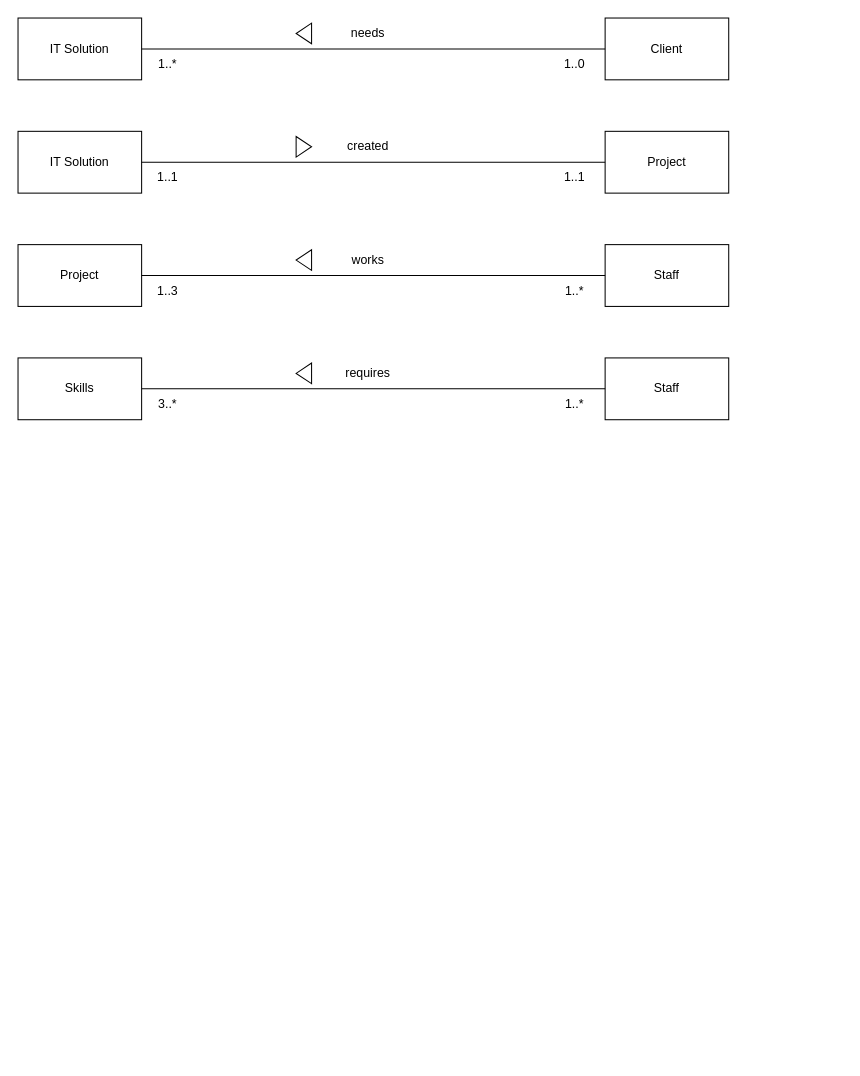
This is tutorial-week02-tut.drawio from Rumeasiyan/database-systems-IIT-Sri-Lanka, a draw.io file, before an edit. Source tidied: cells renumbered, new cells numbered last; positions are measured from the earlier drawing's top-left corner, leaving out a move shared by most shapes. Both pictures are drawn from the tidied source at 103%, with x=0, y=0 at pixel (18, 18).
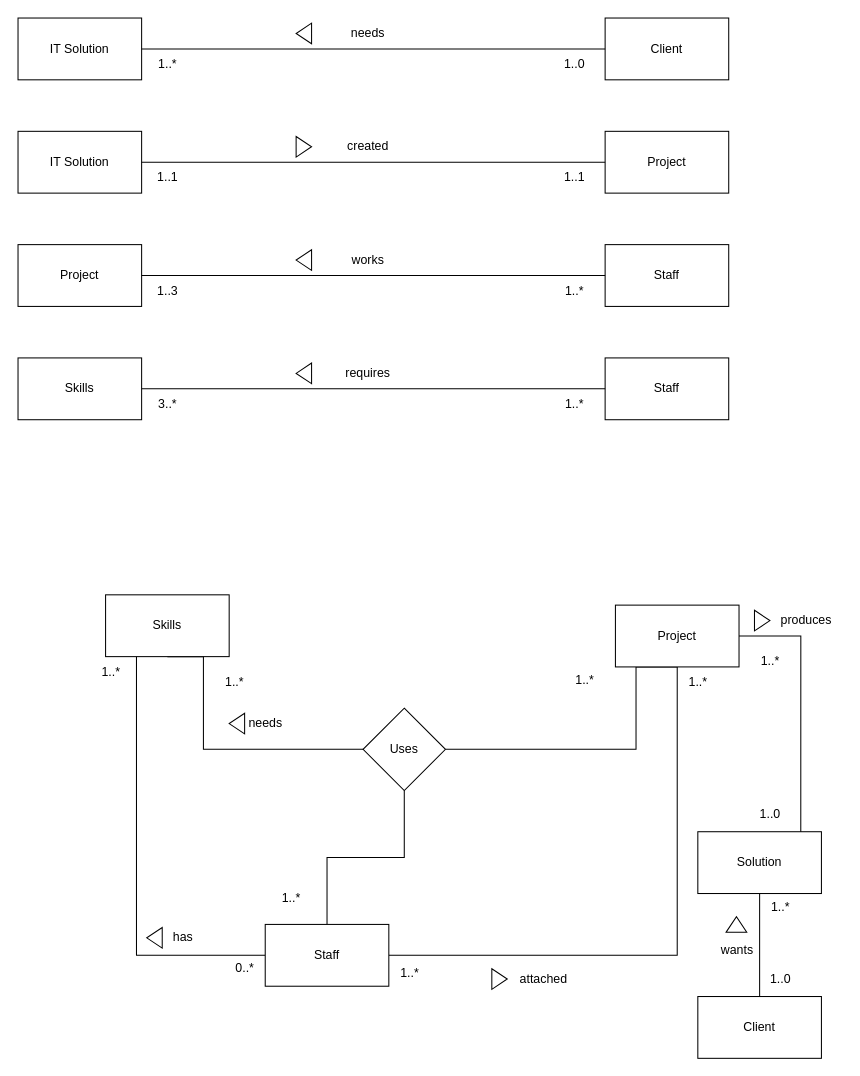
The same diagram, later.

Diff of the diagram source:
```diff
@@
+    <mxCell id="30" style="edgeStyle=orthogonalEdgeStyle;rounded=0;jettySize=auto;html=1;entryX=0.5;entryY=1;entryDx=0;entryDy=0;endArrow=none;endFill=0;" parent="1" edge="1" source="33" target="38">
+      <mxGeometry relative="1" as="geometry">
+        <Array as="points">
+          <mxPoint x="600" y="710" />
+          <mxPoint x="600" y="630" />
+        </Array>
+      </mxGeometry>
+    </mxCell>
+    <mxCell id="31" style="edgeStyle=orthogonalEdgeStyle;rounded=0;jettySize=auto;html=1;exitX=0.5;exitY=1;exitDx=0;exitDy=0;entryX=0.5;entryY=0;entryDx=0;entryDy=0;endArrow=none;endFill=0;" parent="1" edge="1" source="33" target="37">
+      <mxGeometry relative="1" as="geometry" />
+    </mxCell>
+    <mxCell id="32" style="edgeStyle=orthogonalEdgeStyle;rounded=0;jettySize=auto;html=1;exitX=0;exitY=0.5;exitDx=0;exitDy=0;entryX=0.5;entryY=1;entryDx=0;entryDy=0;endArrow=none;endFill=0;" parent="1" edge="1" source="33" target="34">
+      <mxGeometry relative="1" as="geometry">
+        <Array as="points">
+          <mxPoint x="180" y="710" />
+          <mxPoint x="180" y="620" />
+        </Array>
+      </mxGeometry>
+    </mxCell>
+    <mxCell id="33" value="Uses" style="rhombus;whiteSpace=wrap;html=1;" parent="1" vertex="1">
+      <mxGeometry x="335" y="670" width="80" height="80" as="geometry" />
+    </mxCell>
+    <mxCell id="34" value="Skills" style="rounded=0;whiteSpace=wrap;html=1;" parent="1" vertex="1">
+      <mxGeometry x="85" y="560" width="120" height="60" as="geometry" />
+    </mxCell>
+    <mxCell id="35" style="edgeStyle=orthogonalEdgeStyle;rounded=0;jettySize=auto;html=1;exitX=1;exitY=0.5;exitDx=0;exitDy=0;endArrow=none;endFill=0;" parent="1" edge="1" source="37" target="38">
+      <mxGeometry relative="1" as="geometry" />
+    </mxCell>
+    <mxCell id="36" style="edgeStyle=orthogonalEdgeStyle;rounded=0;jettySize=auto;html=1;exitX=0;exitY=0.5;exitDx=0;exitDy=0;entryX=0.25;entryY=1;entryDx=0;entryDy=0;endArrow=none;endFill=0;" parent="1" edge="1" source="37" target="34">
+      <mxGeometry relative="1" as="geometry" />
+    </mxCell>
+    <mxCell id="37" value="Staff" style="rounded=0;whiteSpace=wrap;html=1;" parent="1" vertex="1">
+      <mxGeometry x="240" y="880" width="120" height="60" as="geometry" />
+    </mxCell>
+    <mxCell id="38" value="Project" style="rounded=0;whiteSpace=wrap;html=1;" parent="1" vertex="1">
+      <mxGeometry x="580" y="570" width="120" height="60" as="geometry" />
+    </mxCell>
+    <mxCell id="39" value="1..*" style="text;html=1;align=center;verticalAlign=middle;strokeColor=none;fillColor=none;" parent="1" vertex="1">
+      <mxGeometry x="70" y="620" width="40" height="30" as="geometry" />
+    </mxCell>
+    <mxCell id="40" value="needs" style="text;html=1;align=center;verticalAlign=middle;strokeColor=none;fillColor=none;" parent="1" vertex="1">
+      <mxGeometry x="210" y="670" width="60" height="30" as="geometry" />
+    </mxCell>
+    <mxCell id="41" style="triangle;whiteSpace=wrap;html=1;rotation=-180;" parent="1" vertex="1">
+      <mxGeometry x="205" y="675" width="15" height="20" as="geometry" />
+    </mxCell>
+    <mxCell id="42" value="Solution" style="rounded=0;whiteSpace=wrap;html=1;" parent="1" vertex="1">
+      <mxGeometry x="660" y="790" width="120" height="60" as="geometry" />
+    </mxCell>
+    <mxCell id="43" style="edgeStyle=orthogonalEdgeStyle;rounded=0;jettySize=auto;html=1;exitX=1;exitY=0.5;exitDx=0;exitDy=0;entryX=0.833;entryY=0;entryDx=0;entryDy=0;endArrow=none;endFill=0;entryPerimeter=0;" parent="1" edge="1" source="38" target="42">
+      <mxGeometry relative="1" as="geometry">
+        <Array as="points">
+          <mxPoint x="760" y="600" />
+        </Array>
+      </mxGeometry>
+    </mxCell>
+    <mxCell id="44" value="produces" style="text;html=1;align=center;verticalAlign=middle;strokeColor=none;fillColor=none;" parent="1" vertex="1">
+      <mxGeometry x="730" y="570" width="70" height="30" as="geometry" />
+    </mxCell>
+    <mxCell id="45" style="triangle;whiteSpace=wrap;html=1;rotation=0;" parent="1" vertex="1">
+      <mxGeometry x="715" y="575" width="15" height="20" as="geometry" />
+    </mxCell>
+    <mxCell id="46" value="1..0" style="text;html=1;align=center;verticalAlign=middle;strokeColor=none;fillColor=none;" parent="1" vertex="1">
+      <mxGeometry x="710" y="758" width="40" height="30" as="geometry" />
+    </mxCell>
+    <mxCell id="47" value="1..*" style="text;html=1;align=center;verticalAlign=middle;strokeColor=none;fillColor=none;" parent="1" vertex="1">
+      <mxGeometry x="710" y="610" width="40" height="30" as="geometry" />
+    </mxCell>
+    <mxCell id="48" style="edgeStyle=orthogonalEdgeStyle;rounded=0;jettySize=auto;html=1;exitX=0.5;exitY=0;exitDx=0;exitDy=0;entryX=0.5;entryY=1;entryDx=0;entryDy=0;endArrow=none;endFill=0;" parent="1" edge="1" source="49" target="42">
+      <mxGeometry relative="1" as="geometry" />
+    </mxCell>
+    <mxCell id="49" value="Client" style="rounded=0;whiteSpace=wrap;html=1;" parent="1" vertex="1">
+      <mxGeometry x="660" y="950" width="120" height="60" as="geometry" />
+    </mxCell>
+    <mxCell id="50" value="wants" style="text;html=1;align=center;verticalAlign=middle;strokeColor=none;fillColor=none;" parent="1" vertex="1">
+      <mxGeometry x="672.5" y="890" width="50" height="30" as="geometry" />
+    </mxCell>
+    <mxCell id="51" style="triangle;whiteSpace=wrap;html=1;rotation=-90;" parent="1" vertex="1">
+      <mxGeometry x="690" y="870" width="15" height="20" as="geometry" />
+    </mxCell>
+    <mxCell id="52" value="1..*" style="text;html=1;align=center;verticalAlign=middle;strokeColor=none;fillColor=none;" parent="1" vertex="1">
+      <mxGeometry x="720" y="848" width="40" height="30" as="geometry" />
+    </mxCell>
+    <mxCell id="53" value="1..0" style="text;html=1;align=center;verticalAlign=middle;strokeColor=none;fillColor=none;" parent="1" vertex="1">
+      <mxGeometry x="720" y="918" width="40" height="30" as="geometry" />
+    </mxCell>
+    <mxCell id="54" value="attached" style="text;html=1;align=center;verticalAlign=middle;strokeColor=none;fillColor=none;" parent="1" vertex="1">
+      <mxGeometry x="475" y="918" width="70" height="30" as="geometry" />
+    </mxCell>
+    <mxCell id="55" style="triangle;whiteSpace=wrap;html=1;rotation=0;" parent="1" vertex="1">
+      <mxGeometry x="460" y="923" width="15" height="20" as="geometry" />
+    </mxCell>
+    <mxCell id="56" value="1..*" style="text;html=1;align=center;verticalAlign=middle;strokeColor=none;fillColor=none;" parent="1" vertex="1">
+      <mxGeometry x="360" y="913" width="40" height="30" as="geometry" />
+    </mxCell>
+    <mxCell id="57" value="1..*" style="text;html=1;align=center;verticalAlign=middle;strokeColor=none;fillColor=none;" parent="1" vertex="1">
+      <mxGeometry x="640" y="630" width="40" height="30" as="geometry" />
+    </mxCell>
+    <mxCell id="58" value="has" style="text;html=1;align=center;verticalAlign=middle;strokeColor=none;fillColor=none;" parent="1" vertex="1">
+      <mxGeometry x="140" y="878" width="40" height="30" as="geometry" />
+    </mxCell>
+    <mxCell id="59" style="triangle;whiteSpace=wrap;html=1;rotation=-180;" parent="1" vertex="1">
+      <mxGeometry x="125" y="883" width="15" height="20" as="geometry" />
+    </mxCell>
+    <mxCell id="60" value="0..*" style="text;html=1;align=center;verticalAlign=middle;strokeColor=none;fillColor=none;" parent="1" vertex="1">
+      <mxGeometry x="200" y="908" width="40" height="30" as="geometry" />
+    </mxCell>
+    <mxCell id="61" value="1..*" style="text;html=1;align=center;verticalAlign=middle;strokeColor=none;fillColor=none;" parent="1" vertex="1">
+      <mxGeometry x="530" y="628" width="40" height="30" as="geometry" />
+    </mxCell>
+    <mxCell id="62" value="1..*" style="text;html=1;align=center;verticalAlign=middle;strokeColor=none;fillColor=none;" parent="1" vertex="1">
+      <mxGeometry x="245" y="840" width="40" height="30" as="geometry" />
+    </mxCell>
+    <mxCell id="63" value="1..*" style="text;html=1;align=center;verticalAlign=middle;strokeColor=none;fillColor=none;" parent="1" vertex="1">
+      <mxGeometry x="190" y="630" width="40" height="30" as="geometry" />
+    </mxCell>
```
